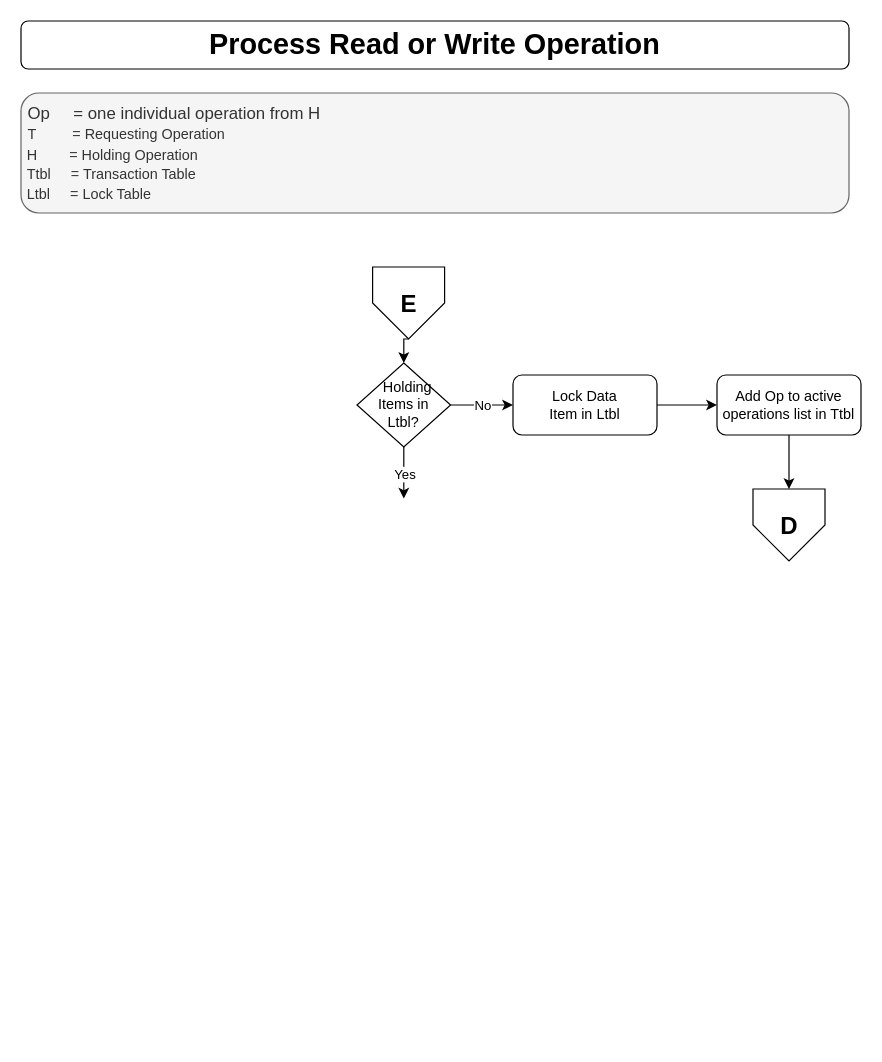
Earlier version of the draw.io diagram Design/CS 5570 Team4 Design - Scheduler - Handle Conflict.drawio (Rod-Skoglund/CS5570-Project). Source tidied: cells renumbered, new cells numbered last; positions are measured from the earlier drawing's top-left corner, leaving out a move shared by most shapes. Both pictures are drawn from the tidied source at 120%, with x=0, y=0 at pixel (20, 20).
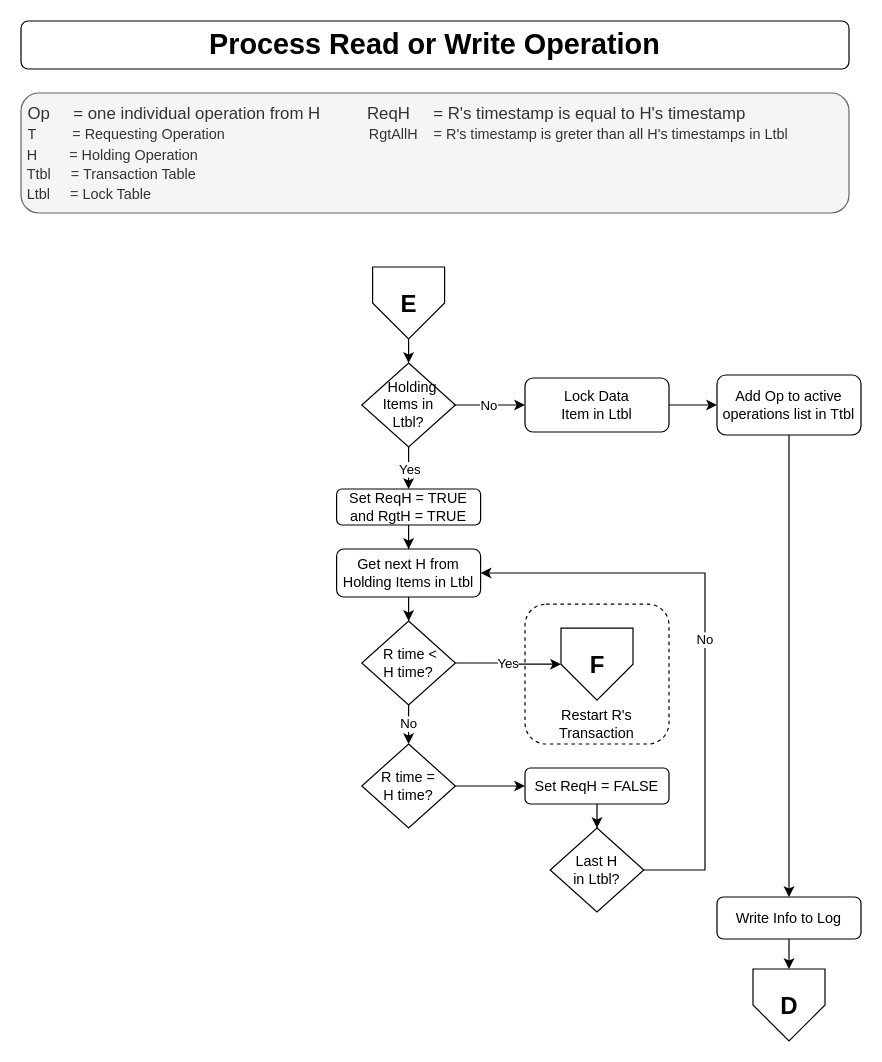
Above is the later version.

Commit message:
Continued defining design

Unchanged cells that the change refers to:
```xml
<mxCell id="14" value="Add Op to active operations list in Ttbl" style="rounded=1;whiteSpace=wrap;html=1;fontSize=12;glass=0;strokeWidth=1;shadow=0;" parent="1" vertex="1">
  <mxGeometry x="580" y="295" width="120" height="50" as="geometry" />
</mxCell>
```

What changed in the source:
```diff
@@
+    <mxCell id="16" value="Restart R's Transaction" style="rounded=1;whiteSpace=wrap;html=1;fontSize=12;glass=0;strokeWidth=1;shadow=0;dashed=1;verticalAlign=bottom;" parent="1" vertex="1">
+      <mxGeometry x="420" y="486" width="120" height="116.5" as="geometry" />
+    </mxCell>
@@
-    <mxCell id="3" value="&amp;nbsp;Op&amp;nbsp; &amp;nbsp; &amp;nbsp;= one individual operation from H&lt;br&gt;&amp;nbsp;&lt;span style=&quot;text-align: center ; font-size: 12px&quot;&gt;&lt;font style=&quot;font-size: 12px&quot;&gt;T&amp;nbsp; &amp;nbsp; &amp;nbsp; &amp;nbsp; &amp;nbsp;= Requesting Operation&lt;br&gt;&amp;nbsp;H&amp;nbsp; &amp;nbsp; &amp;nbsp; &amp;nbsp; = Holding Operation&lt;br&gt;&amp;nbsp;Ttbl&amp;nbsp; &amp;nbsp; &amp;nbsp;= Transaction Table&lt;br&gt;&amp;nbsp;Ltbl&amp;nbsp; &amp;nbsp; &amp;nbsp;= Lock Table&lt;br&gt;&lt;/font&gt;&lt;/span&gt;" style="text;html=1;align=left;verticalAlign=top;whiteSpace=wrap;rounded=1;fontSize=14;labelBorderColor=none;spacingTop=2;spacingLeft=0;spacingBottom=0;spacingRight=0;spacing=2;perimeterSpacing=0;strokeWidth=1;labelPadding=-1;fillColor=#f5f5f5;strokeColor=#666666;fontColor=#333333;" parent="1" vertex="1">
+    <mxCell id="3" value="&amp;nbsp;Op&amp;nbsp; &amp;nbsp; &amp;nbsp;= one individual operation from H&amp;nbsp; &amp;nbsp; &amp;nbsp; &amp;nbsp; &amp;nbsp; ReqH&amp;nbsp; &amp;nbsp; &amp;nbsp;= R's timestamp is equal to H's timestamp&lt;br&gt;&amp;nbsp;&lt;span style=&quot;text-align: center ; font-size: 12px&quot;&gt;&lt;font style=&quot;font-size: 12px&quot;&gt;T&amp;nbsp; &amp;nbsp; &amp;nbsp; &amp;nbsp; &amp;nbsp;= Requesting Operation&amp;nbsp; &amp;nbsp; &amp;nbsp; &amp;nbsp; &amp;nbsp; &amp;nbsp; &amp;nbsp; &amp;nbsp; &amp;nbsp; &amp;nbsp; &amp;nbsp; &amp;nbsp; &amp;nbsp; &amp;nbsp; &amp;nbsp; &amp;nbsp; &amp;nbsp; &amp;nbsp; RgtAllH&amp;nbsp; &amp;nbsp; = R's timestamp is greter than all H's timestamps in Ltbl&lt;br&gt;&amp;nbsp;H&amp;nbsp; &amp;nbsp; &amp;nbsp; &amp;nbsp; = Holding Operation&lt;br&gt;&amp;nbsp;Ttbl&amp;nbsp; &amp;nbsp; &amp;nbsp;= Transaction Table&lt;br&gt;&amp;nbsp;Ltbl&amp;nbsp; &amp;nbsp; &amp;nbsp;= Lock Table&lt;br&gt;&lt;/font&gt;&lt;/span&gt;" style="text;html=1;align=left;verticalAlign=top;whiteSpace=wrap;rounded=1;fontSize=14;labelBorderColor=none;spacingTop=2;spacingLeft=0;spacingBottom=0;spacingRight=0;spacing=2;perimeterSpacing=0;strokeWidth=1;labelPadding=-1;fillColor=#f5f5f5;strokeColor=#666666;fontColor=#333333;" parent="1" vertex="1">
       <mxGeometry y="60" width="690" height="100" as="geometry" />
     </mxCell>
@@
     <mxCell id="5" value="&amp;nbsp; Holding &lt;br&gt;Items in &lt;br&gt;Ltbl?" style="rhombus;whiteSpace=wrap;html=1;" parent="1" vertex="1">
-      <mxGeometry x="280" y="285" width="78" height="70" as="geometry" />
+      <mxGeometry x="284" y="285" width="78" height="70" as="geometry" />
     </mxCell>
@@
     <mxCell id="7" value="Lock Data &lt;br&gt;Item in Ltbl" style="rounded=1;whiteSpace=wrap;html=1;fontSize=12;glass=0;strokeWidth=1;shadow=0;" parent="1" vertex="1">
-      <mxGeometry x="410" y="295" width="120" height="50" as="geometry" />
+      <mxGeometry x="420" y="297.5" width="120" height="45" as="geometry" />
     </mxCell>
     <mxCell id="8" value="D" style="verticalLabelPosition=middle;verticalAlign=middle;html=1;shape=offPageConnector;rounded=0;size=0.5;labelPosition=center;align=center;fontSize=20;fontStyle=1;" parent="1" vertex="1">
-      <mxGeometry x="610" y="390" width="60" height="60" as="geometry" />
+      <mxGeometry x="610" y="790" width="60" height="60" as="geometry" />
     </mxCell>
-    <mxCell id="9" style="endArrow=classic;html=1;exitX=0.5;exitY=1;exitDx=0;exitDy=0;edgeStyle=orthogonalEdgeStyle;" parent="1" edge="1" source="5">
+    <mxCell id="9" style="endArrow=classic;html=1;exitX=0.5;exitY=1;exitDx=0;exitDy=0;edgeStyle=orthogonalEdgeStyle;entryX=0.5;entryY=0;entryDx=0;entryDy=0;" parent="1" edge="1" source="5" target="18">
       <mxGeometry x="310" y="285" as="geometry">
-        <mxPoint x="319" y="398" as="targetPoint" />
         <Array as="points">
-          <mxPoint x="319" y="398" />
+          <mxPoint x="323" y="380" />
+          <mxPoint x="323" y="380" />
         </Array>
       </mxGeometry>
     </mxCell>
@@
-    <mxCell id="15" style="edgeStyle=orthogonalEdgeStyle;rounded=0;jettySize=auto;html=1;entryX=0.5;entryY=0;entryDx=0;entryDy=0;exitX=0.5;exitY=1;exitDx=0;exitDy=0;" parent="1" edge="1" source="14" target="8">
+    <mxCell id="15" style="edgeStyle=orthogonalEdgeStyle;rounded=0;jettySize=auto;html=1;entryX=0.5;entryY=0;entryDx=0;entryDy=0;exitX=0.5;exitY=1;exitDx=0;exitDy=0;" parent="1" edge="1" source="14" target="25">
       <mxGeometry x="330" y="305" as="geometry" />
     </mxCell>
+    <mxCell id="17" style="edgeStyle=orthogonalEdgeStyle;rounded=0;jettySize=auto;html=1;" parent="1" edge="1" source="18" target="20">
+      <mxGeometry relative="1" as="geometry" />
+    </mxCell>
+    <mxCell id="18" value="Set ReqH = TRUE and RgtH = TRUE" style="rounded=1;whiteSpace=wrap;html=1;fontSize=12;glass=0;strokeWidth=1;shadow=0;" parent="1" vertex="1">
+      <mxGeometry x="263" y="390" width="120" height="30" as="geometry" />
+    </mxCell>
+    <mxCell id="19" style="edgeStyle=orthogonalEdgeStyle;rounded=0;jettySize=auto;html=1;" parent="1" edge="1" source="20" target="23">
+      <mxGeometry relative="1" as="geometry" />
+    </mxCell>
+    <mxCell id="20" value="Get next H from Holding Items in Ltbl" style="rounded=1;whiteSpace=wrap;html=1;fontSize=12;glass=0;strokeWidth=1;shadow=0;" parent="1" vertex="1">
+      <mxGeometry x="263" y="440" width="120" height="40" as="geometry" />
+    </mxCell>
+    <mxCell id="21" value="Yes" style="edgeStyle=orthogonalEdgeStyle;rounded=0;jettySize=auto;html=1;" parent="1" edge="1" source="23" target="26">
+      <mxGeometry relative="1" as="geometry" />
+    </mxCell>
+    <mxCell id="22" value="No" style="edgeStyle=orthogonalEdgeStyle;rounded=0;jettySize=auto;html=1;" parent="1" edge="1" source="23" target="28">
+      <mxGeometry relative="1" as="geometry" />
+    </mxCell>
+    <mxCell id="23" value="&amp;nbsp;R time &amp;lt; &lt;br&gt;H time?" style="rhombus;whiteSpace=wrap;html=1;" parent="1" vertex="1">
+      <mxGeometry x="284" y="500" width="78" height="70" as="geometry" />
+    </mxCell>
+    <mxCell id="24" style="edgeStyle=orthogonalEdgeStyle;rounded=0;jettySize=auto;html=1;" parent="1" edge="1" source="25" target="8">
+      <mxGeometry relative="1" as="geometry" />
+    </mxCell>
+    <mxCell id="25" value="Write Info to Log" style="rounded=1;whiteSpace=wrap;html=1;fontSize=12;glass=0;strokeWidth=1;shadow=0;" parent="1" vertex="1">
+      <mxGeometry x="580" y="730" width="120" height="35" as="geometry" />
+    </mxCell>
+    <mxCell id="26" value="F" style="verticalLabelPosition=middle;verticalAlign=middle;html=1;shape=offPageConnector;rounded=0;size=0.5;labelPosition=center;align=center;fontSize=20;fontStyle=1;" parent="1" vertex="1">
+      <mxGeometry x="450" y="506" width="60" height="60" as="geometry" />
+    </mxCell>
+    <mxCell id="27" style="edgeStyle=orthogonalEdgeStyle;rounded=0;jettySize=auto;html=1;" parent="1" edge="1" source="28" target="32">
+      <mxGeometry relative="1" as="geometry" />
+    </mxCell>
+    <mxCell id="28" value="&amp;nbsp;R time =&amp;nbsp;&lt;br&gt;H time?" style="rhombus;whiteSpace=wrap;html=1;" parent="1" vertex="1">
+      <mxGeometry x="284" y="602.5" width="78" height="70" as="geometry" />
+    </mxCell>
+    <mxCell id="29" value="No" style="edgeStyle=orthogonalEdgeStyle;rounded=0;jettySize=auto;html=1;exitX=1;exitY=0.5;exitDx=0;exitDy=0;entryX=1;entryY=0.5;entryDx=0;entryDy=0;" parent="1" edge="1" source="30" target="20">
+      <mxGeometry relative="1" as="geometry">
+        <Array as="points">
+          <mxPoint x="570" y="708" />
+          <mxPoint x="570" y="460" />
+        </Array>
+      </mxGeometry>
+    </mxCell>
+    <mxCell id="30" value="Last H &lt;br&gt;in Ltbl?" style="rhombus;whiteSpace=wrap;html=1;" parent="1" vertex="1">
+      <mxGeometry x="441" y="672.5" width="78" height="70" as="geometry" />
+    </mxCell>
+    <mxCell id="31" style="edgeStyle=orthogonalEdgeStyle;rounded=0;jettySize=auto;html=1;" parent="1" edge="1" source="32" target="30">
+      <mxGeometry relative="1" as="geometry" />
+    </mxCell>
+    <mxCell id="32" value="Set ReqH = FALSE" style="rounded=1;whiteSpace=wrap;html=1;fontSize=12;glass=0;strokeWidth=1;shadow=0;" parent="1" vertex="1">
+      <mxGeometry x="420" y="622.5" width="120" height="30" as="geometry" />
+    </mxCell>
```
